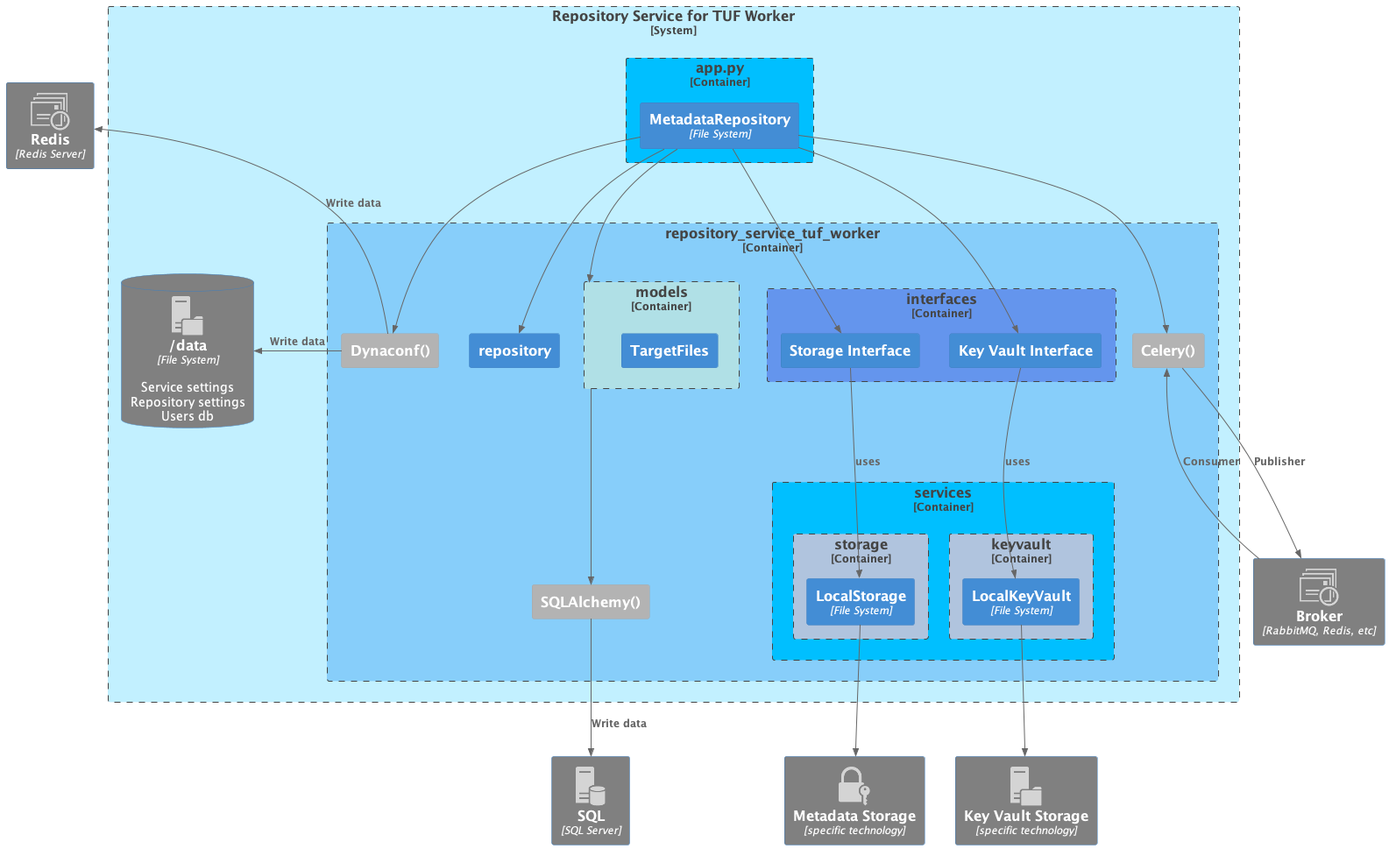
repository-service-tuf/repository-service-tuf-worker keeps this PlantUML diagram as docs/source/_static/repository-service-tuf-worker-C3.png. Above is the earlier version. Its diagram source:
```plantuml
@startuml repository-service-tuf-worker-C3
!include https://raw.githubusercontent.com/plantuml-stdlib/C4-PlantUML/master/C4_Component.puml

!define osaPuml https://raw.githubusercontent.com/Crashedmind/PlantUML-opensecurityarchitecture2-icons/master
!include osaPuml/Common.puml
!include osaPuml/User/all.puml

!include <office/Servers/file_server>
!include <office/Servers/application_server>
!include <office/Servers/database_server>
!include <office/Services/web_services>
!include <office/Concepts/application_generic>
!include <office/Concepts/service_application>
!include <office/Servers/web_server>
!include <office/Communications/queue_viewer>
!include <office/Devices/management_console>
!include <logos/terminal>
!include <office/Security/lock_with_key_security>
!include <office/Concepts/download>


AddContainerTag("webui", $sprite="application_server", $legendText="Web UI Interface", $bgColor=Gray)
AddContainerTag("key_service", $sprite="lock_with_key_security", $legendText="Key Service", $bgColor=Gray)
AddContainerTag("storage_service", $sprite="file_server", $legendText="Storage Service", $bgColor=Gray)
AddContainerTag("rest_api", $sprite="web_server", $legendText="Repository REST API")
AddContainerTag("repository_service_tuf_worker", $sprite="service_application", $legendText="Repository Metadata Worker")
AddContainerTag("queue", $sprite="queue_viewer", $legendText="Message Queue")
AddContainerTag("sql_db", $sprite="database_server", $legendText="SQL Server")
AddContainerTag("ci_cd", $sprite="application_generic", $legendText="CI/CD, Artfact Management, etc")
AddContainerTag("metadata_web", $sprite="web_services", $legendText="Web exposed TUF Metadata")
AddContainerTag("download_artifact", $sprite="download", $legendText="Download file/artifact/package", $bgColor=Gray)
AddContainerTag("terminal", $sprite="terminal,scale=0.5,color=#000000", $legendText="CLI")

AddRelTag("terminal", $textColor="$ARROW_COLOR", $lineColor="$ARROW_COLOR", $sprite="terminal,scale=0.75,color=#000000", $legendText="Repository Service for TUF CLI")
AddRelTag("bowser", $textColor="$ARROW_COLOR", $lineColor="$ARROW_COLOR", $sprite="management_console,scale=0.5", $legendText="Browser")
AddRelTag("download", $textColor="Green", $lineColor="$ARROW_COLOR")
AddRelTag("share", $textColor="orange", $lineColor="grey", $lineStyle = DashedLine())


System_Boundary(repository_service_tuf_worker, "Repository Service for TUF Worker") #APPLICATION {
    Container_Boundary(app, "app.py") #DeepSkyBlue{
        Container(metadata_repository, "MetadataRepository", "File System")

    }

    Container_Boundary(rstuf_worker, "repository_service_tuf_worker")  #LightSkyBlue {
        Container_Ext(celery, "Celery()")
        Container_Ext(dynaconf, "Dynaconf()")
        Container_Ext(sqlalchemy, "SQLAlchemy()")
        Container(repository, "repository")

        Container_Boundary(models, "models") #PowderBlue {
            Container(TargetsFiles, "TargetFiles")
        }
        Container_Boundary(interfaces, "interfaces") #CornflowerBlue {
            Container(IStorage, "Storage Interface")
            Container(IKeyVault, "Key Vault Interface")
        }
        Container_Boundary(services, "services") #DeepSkyBlue{
            Container_Boundary(keyvault, "keyvault") #LightSteelBlue {
                Container(LocalKeyVault, "LocalKeyVault", "File System")
            }
            Container_Boundary(storage, "storage") #LightSteelBlue {
                Container(LocalStorage, "LocalStorage", "File System")
            }
        }
    }

    ContainerDb(data_dir, "/data", "File System", "Service settings\nRepository settings\nUsers db", $tags="storage_service")
}

Container_Ext(broker, "Broker", "RabbitMQ, Redis, etc", $tags="queue") #Grey
Container_Ext(redis, "Redis", "Redis Server", $tags="queue") #Grey
Container_Ext(sql, "SQL", "SQL Server", $tags="sql_db") #Grey
Container_Ext(ext_storage, "Metadata Storage", "specific technology", $tags="key_service") #Grey
Container_Ext(ext_key_storage, "Key Vault Storage", "specific technology", $tags="storage_service") #Grey

Rel(LocalStorage, ext_storage, " ")
Rel(LocalKeyVault, ext_key_storage, " ")
Rel(IKeyVault, LocalKeyVault, "uses")
Rel(IStorage, LocalStorage, "uses")
Rel(metadata_repository, IStorage, " ")
Rel(metadata_repository, IKeyVault, " ")
Rel(metadata_repository, celery, " ")
Rel(metadata_repository, repository, " ")
Rel(metadata_repository, dynaconf, " ")
Rel(metadata_repository, models, " ")
Rel(models, sqlalchemy, " ")
Rel_U(dynaconf, redis, "Write data")
Rel(sqlalchemy, sql, "Write data")
Rel_D(celery, broker, "Publisher")
Rel(broker, celery, "Consumer")
Rel_L(dynaconf, data_dir, "Write data")


HIDE_STEREOTYPE()
@enduml
```
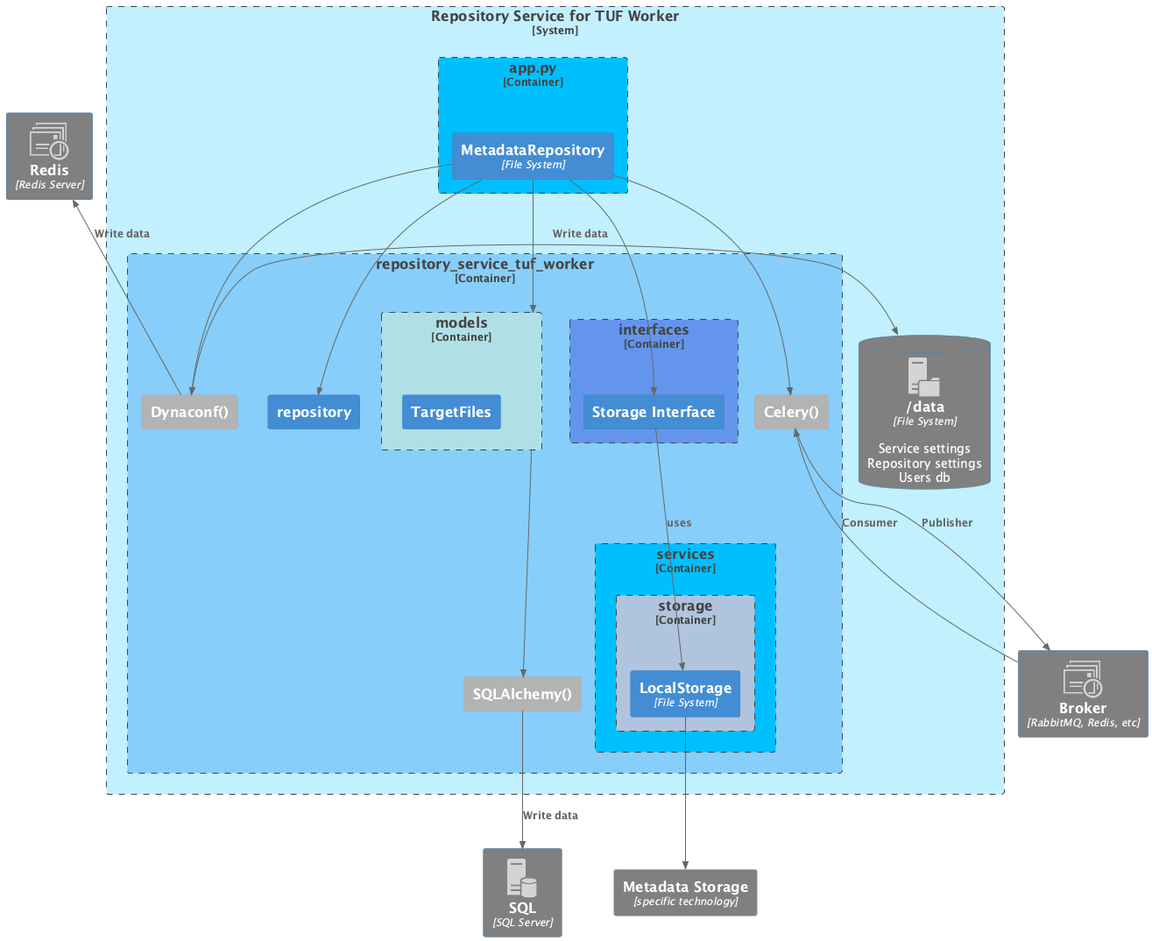
Above is the later version.

Commit message:
docs: update related docs about IKeyVault removal

Change to the diagram source:
```diff
@@ -20,7 +20,6 @@
 
 
 AddContainerTag("webui", $sprite="application_server", $legendText="Web UI Interface", $bgColor=Gray)
-AddContainerTag("key_service", $sprite="lock_with_key_security", $legendText="Key Service", $bgColor=Gray)
 AddContainerTag("storage_service", $sprite="file_server", $legendText="Storage Service", $bgColor=Gray)
 AddContainerTag("rest_api", $sprite="web_server", $legendText="Repository REST API")
 AddContainerTag("repository_service_tuf_worker", $sprite="service_application", $legendText="Repository Metadata Worker")
@@ -54,12 +53,8 @@
         }
         Container_Boundary(interfaces, "interfaces") #CornflowerBlue {
             Container(IStorage, "Storage Interface")
-            Container(IKeyVault, "Key Vault Interface")
         }
         Container_Boundary(services, "services") #DeepSkyBlue{
-            Container_Boundary(keyvault, "keyvault") #LightSteelBlue {
-                Container(LocalKeyVault, "LocalKeyVault", "File System")
-            }
             Container_Boundary(storage, "storage") #LightSteelBlue {
                 Container(LocalStorage, "LocalStorage", "File System")
             }
@@ -73,14 +68,10 @@
 Container_Ext(redis, "Redis", "Redis Server", $tags="queue") #Grey
 Container_Ext(sql, "SQL", "SQL Server", $tags="sql_db") #Grey
 Container_Ext(ext_storage, "Metadata Storage", "specific technology", $tags="key_service") #Grey
-Container_Ext(ext_key_storage, "Key Vault Storage", "specific technology", $tags="storage_service") #Grey
 
 Rel(LocalStorage, ext_storage, " ")
-Rel(LocalKeyVault, ext_key_storage, " ")
-Rel(IKeyVault, LocalKeyVault, "uses")
 Rel(IStorage, LocalStorage, "uses")
 Rel(metadata_repository, IStorage, " ")
-Rel(metadata_repository, IKeyVault, " ")
 Rel(metadata_repository, celery, " ")
 Rel(metadata_repository, repository, " ")
 Rel(metadata_repository, dynaconf, " ")
```
